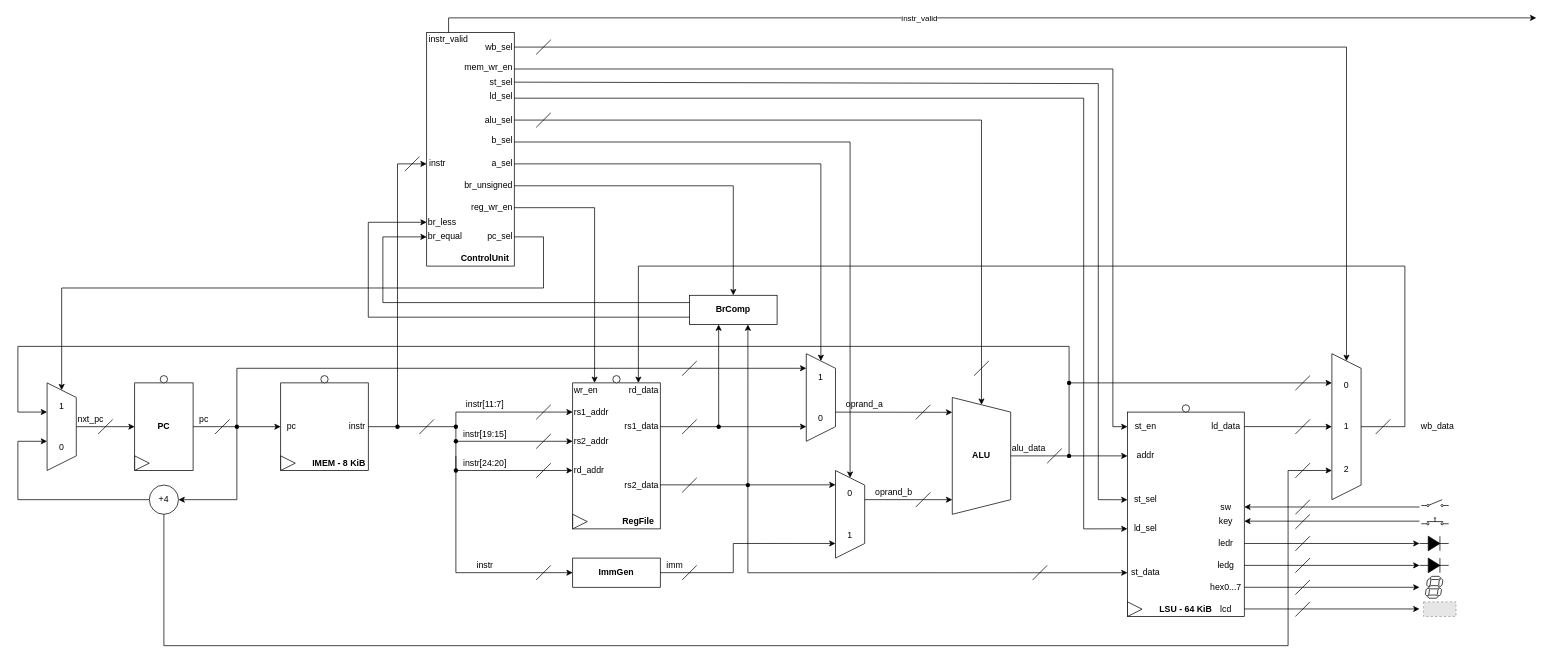
The draw.io diagram page "cpu" (1 of 2) of doc/CPU.drawio in rivershoang/singcyle_notusingsram, before the edit. Source tidied: cells renumbered, new cells numbered last; positions are measured from the earlier drawing's top-left corner, leaving out a move shared by most shapes. Both pictures are drawn from the tidied source at 73%, with x=0, y=0 at pixel (18, 18). Pictures stored in the file or linked from it are replaced by grey dashed boxes.
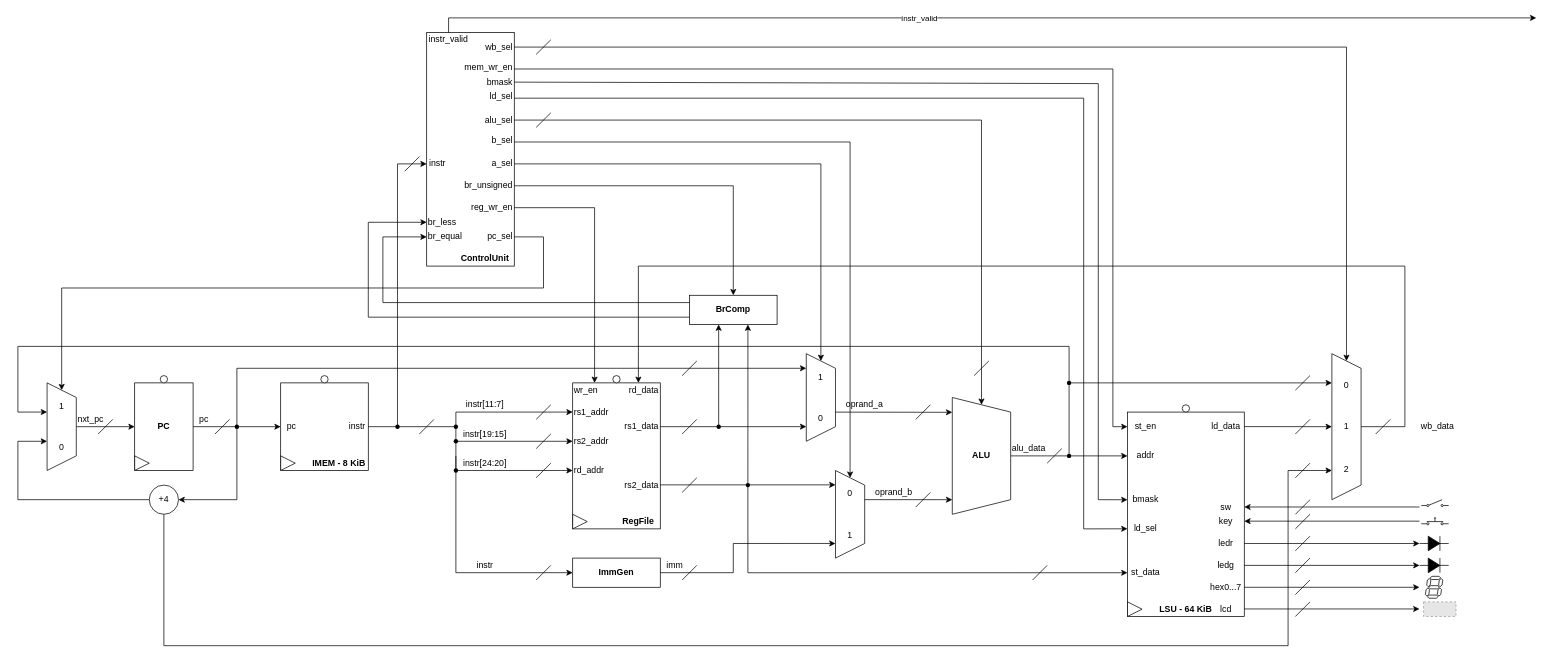
The same diagram, later.

Diff of the diagram source:
```diff
@@
-    <mxCell id="132" value="st_sel" style="text;html=1;align=right;verticalAlign=middle;whiteSpace=wrap;rounded=0;" parent="1" vertex="1">
+    <mxCell id="132" value="bmask" style="text;html=1;align=right;verticalAlign=middle;whiteSpace=wrap;rounded=0;" parent="1" vertex="1">
       <mxGeometry x="610" y="78" width="70" height="20" as="geometry" />
     </mxCell>
@@
-    <mxCell id="135" value="st_sel" style="text;html=1;align=center;verticalAlign=middle;whiteSpace=wrap;rounded=0;" parent="1" vertex="1">
+    <mxCell id="135" value="bmask" style="text;html=1;align=center;verticalAlign=middle;whiteSpace=wrap;rounded=0;" parent="1" vertex="1">
       <mxGeometry x="1520" y="650" width="50" height="20" as="geometry" />
     </mxCell>
```
